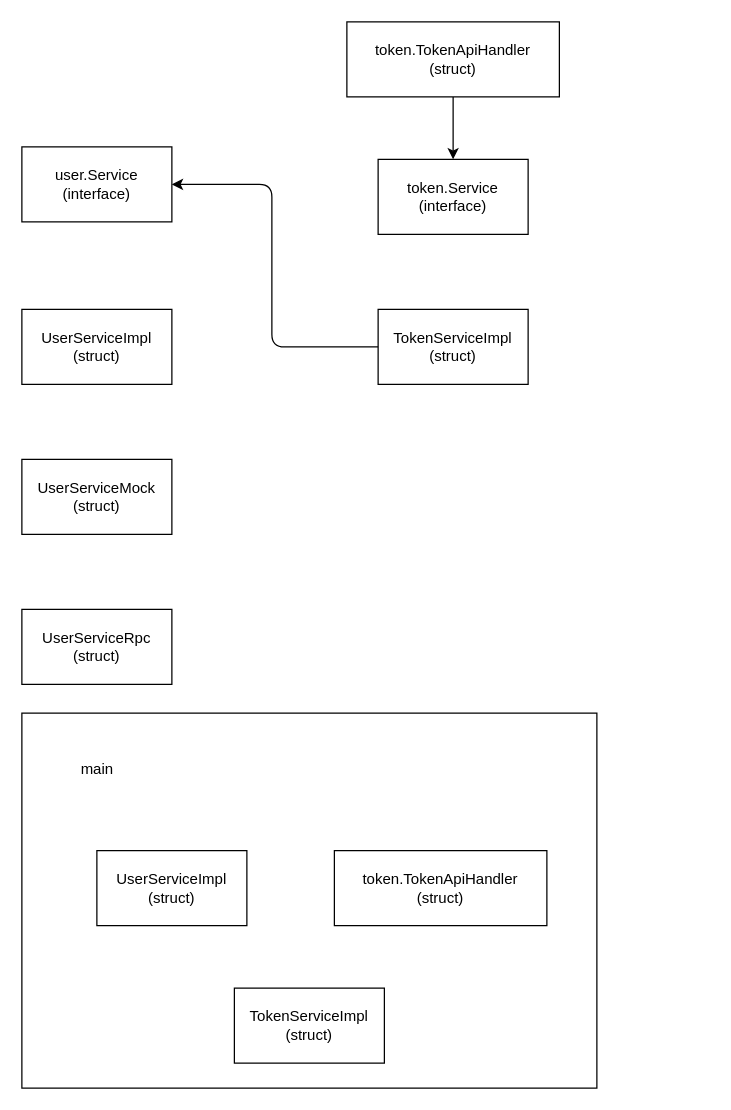
dawson283067/go_projects keeps this draw.io diagram as vblog/docs/oop.drawio. Above is the earlier version. Source tidied: cells renumbered, new cells numbered last; positions are measured from the earlier drawing's top-left corner, leaving out a move shared by most shapes. Both pictures are drawn from the tidied source at 125%, with x=0, y=0 at pixel (21, 21).
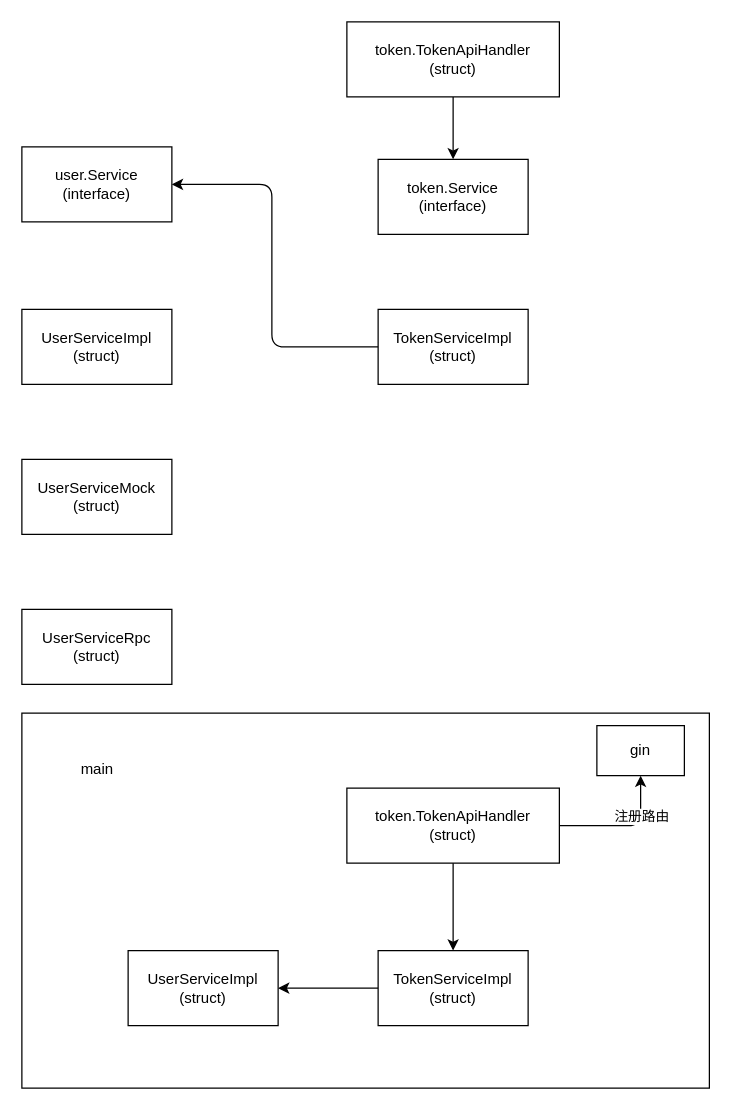
Above is the later version.

The edit, as a diff of the source:
```diff
@@
     <mxCell id="11" style="rounded=0;whiteSpace=wrap;html=1;" parent="1" vertex="1">
-      <mxGeometry y="553" width="460" height="300" as="geometry" />
+      <mxGeometry y="553" width="550" height="300" as="geometry" />
     </mxCell>
     <mxCell id="12" value="token.TokenApiHandler&lt;br&gt;(struct)" style="rounded=0;whiteSpace=wrap;html=1;" parent="1" vertex="1">
-      <mxGeometry x="250" y="663" width="170" height="60" as="geometry" />
+      <mxGeometry x="260" y="613" width="170" height="60" as="geometry" />
     </mxCell>
     <mxCell id="13" value="TokenServiceImpl&lt;br&gt;(struct)" style="rounded=0;whiteSpace=wrap;html=1;" parent="1" vertex="1">
-      <mxGeometry x="170" y="773" width="120" height="60" as="geometry" />
+      <mxGeometry x="285" y="743" width="120" height="60" as="geometry" />
     </mxCell>
     <mxCell id="14" value="UserServiceImpl&lt;br&gt;(struct)" style="rounded=0;whiteSpace=wrap;html=1;" parent="1" vertex="1">
-      <mxGeometry x="60" y="663" width="120" height="60" as="geometry" />
+      <mxGeometry x="85" y="743" width="120" height="60" as="geometry" />
     </mxCell>
@@
+    <mxCell id="16" style="endArrow=classic;html=1;entryX=0.5;entryY=0;entryDx=0;entryDy=0;" parent="1" edge="1" source="12" target="13">
+      <mxGeometry relative="1" as="geometry" />
+    </mxCell>
+    <mxCell id="17" style="endArrow=classic;html=1;entryX=1;entryY=0.5;entryDx=0;entryDy=0;exitX=0;exitY=0.5;exitDx=0;exitDy=0;" parent="1" edge="1" source="13" target="14">
+      <mxGeometry relative="1" as="geometry" />
+    </mxCell>
+    <mxCell id="18" value="gin" style="rounded=0;whiteSpace=wrap;html=1;" parent="1" vertex="1">
+      <mxGeometry x="460" y="563" width="70" height="40" as="geometry" />
+    </mxCell>
+    <mxCell id="19" style="endArrow=classic;html=1;entryX=0.5;entryY=1;entryDx=0;entryDy=0;exitX=1;exitY=0.5;exitDx=0;exitDy=0;" parent="1" edge="1" source="12" target="18">
+      <mxGeometry relative="1" as="geometry">
+        <Array as="points">
+          <mxPoint x="495" y="643" />
+        </Array>
+      </mxGeometry>
+    </mxCell>
+    <mxCell id="20" value="注册路由" style="edgeLabel;html=1;align=center;verticalAlign=middle;" parent="19" vertex="1">
+      <mxGeometry x="0.39" relative="1" as="geometry" />
+    </mxCell>
```
